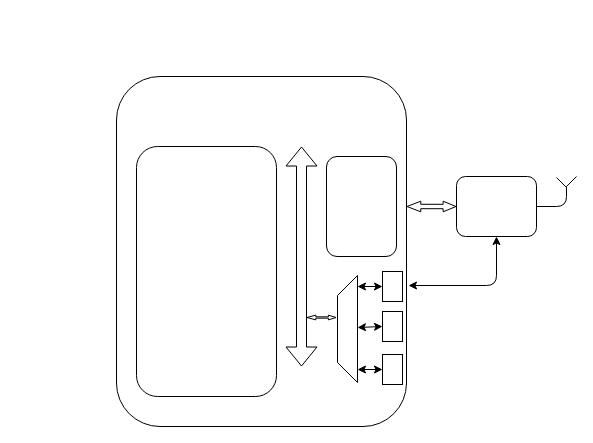
Earlier version of the draw.io diagram Untitled Diagram.drawio (LuliangPro/simulator). Source tidied: cells renumbered, new cells numbered last; positions are measured from the earlier drawing's top-left corner, leaving out a move shared by most shapes. Both pictures are drawn from the tidied source at 100%, with x=0, y=0 at pixel (116, 76).
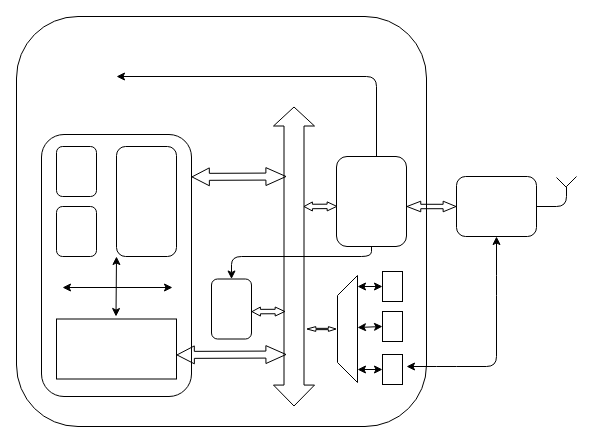
Above is the later version.

The change refers to these unchanged cells:
```xml
<mxCell id="4" style="rounded=1;whiteSpace=wrap;html=1;" parent="1" vertex="1">
  <mxGeometry x="340" y="100" width="80" height="60" as="geometry" />
</mxCell>
```

The edit, as a diff of the source:
```diff
@@
     <mxCell id="2" style="rounded=1;whiteSpace=wrap;html=1;" parent="1" vertex="1">
-      <mxGeometry width="290" height="350" as="geometry" />
+      <mxGeometry x="-100" y="-60" width="410" height="410" as="geometry" />
     </mxCell>
     <mxCell id="3" style="rounded=1;whiteSpace=wrap;html=1;" parent="1" vertex="1">
-      <mxGeometry x="210" y="80" width="70" height="100" as="geometry" />
+      <mxGeometry x="220" y="80" width="70" height="90" as="geometry" />
     </mxCell>
@@
     <mxCell id="5" style="rounded=1;whiteSpace=wrap;html=1;" parent="1" vertex="1">
-      <mxGeometry x="20" y="70" width="140" height="250" as="geometry" />
+      <mxGeometry x="-75" y="58" width="150" height="262" as="geometry" />
     </mxCell>
-    <mxCell id="6" style="shape=flexArrow;endArrow=classic;startArrow=classic;html=1;" parent="1" edge="1">
+    <mxCell id="6" style="shape=flexArrow;endArrow=classic;startArrow=classic;html=1;width=20;startSize=6.644186046511628;" parent="1" edge="1">
       <mxGeometry relative="1" as="geometry">
-        <mxPoint x="185" y="290" as="sourcePoint" />
-        <mxPoint x="185" y="70" as="targetPoint" />
+        <mxPoint x="177.5" y="330" as="sourcePoint" />
+        <mxPoint x="177.5" y="30" as="targetPoint" />
       </mxGeometry>
     </mxCell>
@@
     <mxCell id="8" style="endArrow=classic;startArrow=classic;html=1;entryX=0.5;entryY=1;entryDx=0;entryDy=0;" parent="1" edge="1" target="4">
       <mxGeometry relative="1" as="geometry">
-        <mxPoint x="292" y="209" as="sourcePoint" />
+        <mxPoint x="290" y="290" as="sourcePoint" />
         <Array as="points">
+          <mxPoint x="330" y="290" />
+          <mxPoint x="380" y="290" />
           <mxPoint x="380" y="209" />
         </Array>
       </mxGeometry>
     </mxCell>
     <mxCell id="9" style="shape=flexArrow;endArrow=classic;startArrow=classic;html=1;startWidth=2.4793866628092;startSize=2.5977578475336323;endWidth=2.4793866628092;endSize=2.2004484304932737;width=1.3004484304932735;" parent="1" edge="1">
       <mxGeometry relative="1" as="geometry">
-        <mxPoint x="190" y="241" as="sourcePoint" />
-        <mxPoint x="220" y="241" as="targetPoint" />
+        <mxPoint x="190" y="252.5" as="sourcePoint" />
+        <mxPoint x="220" y="252.5" as="targetPoint" />
       </mxGeometry>
     </mxCell>
@@
+    <mxCell id="20" style="rounded=1;whiteSpace=wrap;html=1;" parent="1" vertex="1">
+      <mxGeometry x="95" y="202.5" width="40" height="60" as="geometry" />
+    </mxCell>
+    <mxCell id="21" style="rounded=0;whiteSpace=wrap;html=1;" parent="1" vertex="1">
+      <mxGeometry x="-60" y="242.5" width="120" height="60" as="geometry" />
+    </mxCell>
+    <mxCell id="22" style="shape=flexArrow;endArrow=classic;startArrow=classic;html=1;exitX=1;exitY=0.599;exitDx=0;exitDy=0;exitPerimeter=0;startWidth=9.902912621359222;startSize=5.448543689320387;width=6.990291262135922;endWidth=9.902912621359222;endSize=6.363333333333333;" parent="1" edge="1" source="21">
+      <mxGeometry relative="1" as="geometry">
+        <mxPoint x="170" y="278" as="targetPoint" />
+      </mxGeometry>
+    </mxCell>
+    <mxCell id="23" style="shape=flexArrow;endArrow=classic;startArrow=classic;html=1;startWidth=3.5782556750298684;startSize=2.466666666666667;width=4.444444444444445;endWidth=3.5782556750298684;endSize=2.8747311827956987;entryX=0.011;entryY=0.554;entryDx=0;entryDy=0;entryPerimeter=0;" parent="1" edge="1" target="3">
+      <mxGeometry relative="1" as="geometry">
+        <mxPoint x="187" y="130" as="sourcePoint" />
+      </mxGeometry>
+    </mxCell>
+    <mxCell id="24" style="shape=flexArrow;endArrow=classic;startArrow=classic;html=1;exitX=1;exitY=0.599;exitDx=0;exitDy=0;exitPerimeter=0;startWidth=9.902912621359222;startSize=5.448543689320387;width=6.990291262135922;endWidth=9.902912621359222;endSize=6.363333333333333;" parent="1" edge="1">
+      <mxGeometry relative="1" as="geometry">
+        <mxPoint x="75" y="100.4" as="sourcePoint" />
+        <mxPoint x="170" y="100" as="targetPoint" />
+      </mxGeometry>
+    </mxCell>
+    <mxCell id="25" style="endArrow=classic;html=1;" parent="1" edge="1">
+      <mxGeometry relative="1" as="geometry">
+        <mxPoint x="260" y="80" as="sourcePoint" />
+        <mxPoint as="targetPoint" />
+        <Array as="points">
+          <mxPoint x="260" />
+        </Array>
+      </mxGeometry>
+    </mxCell>
+    <mxCell id="26" style="endArrow=classic;html=1;exitX=0.5;exitY=1;exitDx=0;exitDy=0;entryX=0.5;entryY=0;entryDx=0;entryDy=0;" parent="1" edge="1" source="3" target="20">
+      <mxGeometry relative="1" as="geometry">
+        <Array as="points">
+          <mxPoint x="255" y="180" />
+          <mxPoint x="115" y="180" />
+        </Array>
+      </mxGeometry>
+    </mxCell>
+    <mxCell id="27" style="shape=flexArrow;endArrow=classic;startArrow=classic;html=1;startWidth=3.5782556750298684;startSize=2.466666666666667;width=4.444444444444445;endWidth=3.5782556750298684;endSize=2.8747311827956987;entryX=0.011;entryY=0.554;entryDx=0;entryDy=0;entryPerimeter=0;" parent="1" edge="1">
+      <mxGeometry relative="1" as="geometry">
+        <mxPoint x="135" y="235.1" as="sourcePoint" />
+        <mxPoint x="168.8" y="235" as="targetPoint" />
+      </mxGeometry>
+    </mxCell>
+    <mxCell id="28" style="endArrow=classic;startArrow=classic;html=1;" parent="1" edge="1">
+      <mxGeometry relative="1" as="geometry">
+        <mxPoint x="-54" y="211" as="sourcePoint" />
+        <mxPoint x="56" y="211" as="targetPoint" />
+      </mxGeometry>
+    </mxCell>
+    <mxCell id="29" style="endArrow=classic;startArrow=classic;html=1;" parent="1" edge="1">
+      <mxGeometry relative="1" as="geometry">
+        <mxPoint x="-0.5" y="240" as="sourcePoint" />
+        <mxPoint y="180" as="targetPoint" />
+      </mxGeometry>
+    </mxCell>
+    <mxCell id="30" style="rounded=1;whiteSpace=wrap;html=1;" parent="1" vertex="1">
+      <mxGeometry x="-60" y="70" width="40" height="50" as="geometry" />
+    </mxCell>
+    <mxCell id="31" style="rounded=1;whiteSpace=wrap;html=1;" parent="1" vertex="1">
+      <mxGeometry x="-60" y="130" width="40" height="50" as="geometry" />
+    </mxCell>
+    <mxCell id="32" style="rounded=1;whiteSpace=wrap;html=1;" parent="1" vertex="1">
+      <mxGeometry y="70" width="60" height="110" as="geometry" />
+    </mxCell>
```
